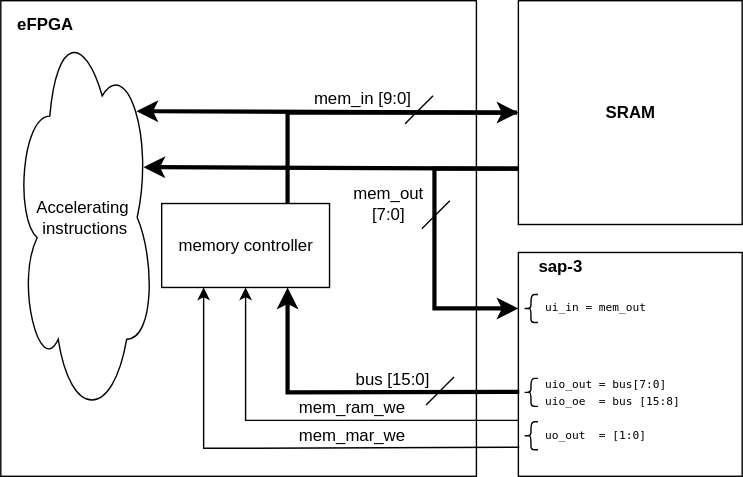
Before: drawings/system_overview.svg, a diagram exported from draw.io (bamalte/heiChips2025_project). Source tidied: cells renumbered, new cells last; positions are measured from the earlier drawing's top-left corner, leaving out a move shared by most shapes.
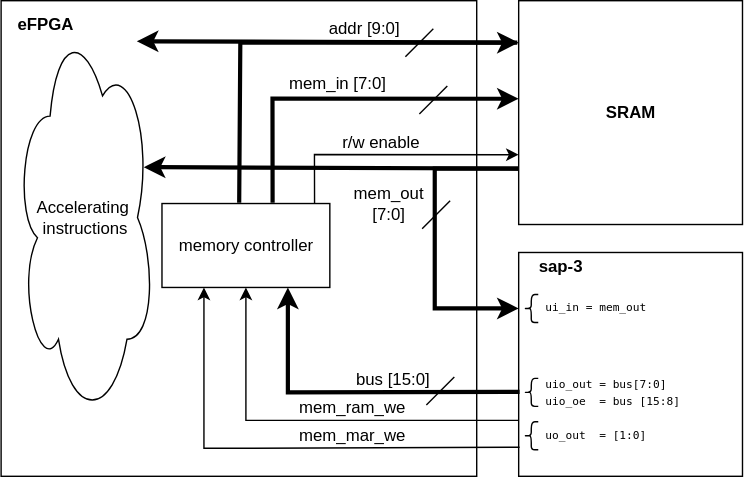
The same diagram one commit later.

The edit, as a diff of the source:
```diff
@@ -95,21 +95,22 @@
     <mxCell id="24" style="shape=curlyBracket;whiteSpace=wrap;html=1;rounded=1;labelPosition=left;verticalLabelPosition=middle;align=right;verticalAlign=middle;" parent="1" vertex="1">
       <mxGeometry x="374" y="210" width="10" height="20" as="geometry" />
     </mxCell>
-    <mxCell id="25" style="endArrow=classic;html=1;rounded=0;entryX=0;entryY=0.5;entryDx=0;entryDy=0;exitX=0.75;exitY=0;exitDx=0;exitDy=0;strokeWidth=3;" parent="1" edge="1" source="10" target="2">
+    <mxCell id="25" style="endArrow=classic;html=1;rounded=0;strokeWidth=3;exitX=0.46;exitY=-0.008;exitDx=0;exitDy=0;exitPerimeter=0;" parent="1" edge="1" source="10">
       <mxGeometry relative="1" as="geometry">
+        <mxPoint x="370" y="30" as="targetPoint" />
         <Array as="points">
-          <mxPoint x="205" y="80" />
+          <mxPoint x="171" y="30" />
         </Array>
       </mxGeometry>
     </mxCell>
     <mxCell id="26" style="endArrow=none;html=1;rounded=0;" parent="1" edge="1">
       <mxGeometry relative="1" as="geometry">
-        <mxPoint x="289" y="88" as="sourcePoint" />
-        <mxPoint x="309" y="68" as="targetPoint" />
+        <mxPoint x="289" y="40" as="sourcePoint" />
+        <mxPoint x="309" y="20" as="targetPoint" />
       </mxGeometry>
     </mxCell>
-    <mxCell id="27" value="mem_in [9:0]" style="text;html=1;align=center;verticalAlign=middle;whiteSpace=wrap;rounded=0;" parent="1" vertex="1">
-      <mxGeometry x="206" y="55" width="105" height="30" as="geometry" />
+    <mxCell id="27" value="addr [9:0]" style="text;html=1;align=center;verticalAlign=middle;whiteSpace=wrap;rounded=0;" parent="1" vertex="1">
+      <mxGeometry x="209" y="5" width="101" height="30" as="geometry" />
     </mxCell>
     <mxCell id="28" style="endArrow=classic;html=1;rounded=0;strokeWidth=3;" parent="1" edge="1">
       <mxGeometry relative="1" as="geometry">
@@ -119,9 +120,35 @@
     </mxCell>
     <mxCell id="29" style="endArrow=classic;html=1;rounded=0;strokeWidth=3;" parent="1" edge="1">
       <mxGeometry relative="1" as="geometry">
-        <mxPoint x="369" y="80" as="sourcePoint" />
-        <mxPoint x="97" y="79" as="targetPoint" />
+        <mxPoint x="369" y="30" as="sourcePoint" />
+        <mxPoint x="97" y="29" as="targetPoint" />
       </mxGeometry>
     </mxCell>
+    <mxCell id="30" style="endArrow=classic;html=1;rounded=0;strokeWidth=3;exitX=0.659;exitY=-0.008;exitDx=0;exitDy=0;exitPerimeter=0;entryX=0;entryY=0.438;entryDx=0;entryDy=0;entryPerimeter=0;" parent="1" edge="1" source="10" target="2">
+      <mxGeometry relative="1" as="geometry">
+        <Array as="points">
+          <mxPoint x="194" y="70" />
+        </Array>
+      </mxGeometry>
+    </mxCell>
+    <mxCell id="31" value="mem_in [7:0]" style="text;html=1;align=center;verticalAlign=middle;whiteSpace=wrap;rounded=0;" parent="1" vertex="1">
+      <mxGeometry x="190" y="44" width="101" height="30" as="geometry" />
+    </mxCell>
+    <mxCell id="32" style="endArrow=classic;html=1;rounded=0;exitX=0.909;exitY=-0.007;exitDx=0;exitDy=0;entryX=0;entryY=0.688;entryDx=0;entryDy=0;entryPerimeter=0;exitPerimeter=0;" parent="1" edge="1" source="10" target="2">
+      <mxGeometry relative="1" as="geometry">
+        <Array as="points">
+          <mxPoint x="224" y="110" />
+        </Array>
+      </mxGeometry>
+    </mxCell>
+    <mxCell id="33" value="&lt;div&gt;r/w&amp;nbsp;enable&lt;/div&gt;" style="text;html=1;align=center;verticalAlign=middle;whiteSpace=wrap;rounded=0;" parent="1" vertex="1">
+      <mxGeometry x="221" y="86" width="101" height="30" as="geometry" />
+    </mxCell>
+    <mxCell id="34" style="endArrow=none;html=1;rounded=0;" parent="1" edge="1">
+      <mxGeometry relative="1" as="geometry">
+        <mxPoint x="299" y="81" as="sourcePoint" />
+        <mxPoint x="319" y="61" as="targetPoint" />
+      </mxGeometry>
+    </mxCell>
   </root>
 </mxGraphModel>
```
